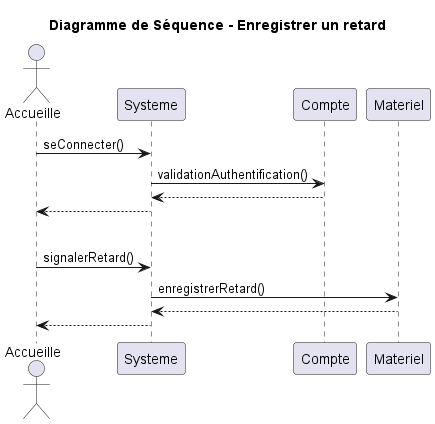
Egario54/ProjetClubNautique keeps this PlantUML diagram as UML/png/Diagramme_sequence_enregistrer_retard.png. Above is the earlier version.
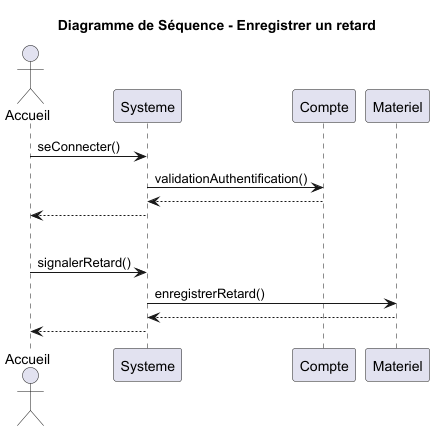
Above is the later version.

The edit, as a diff of the source:
```diff
@@ -1,20 +1,20 @@
 @startuml
 title Diagramme de Séquence - Enregistrer un retard
-actor Accueille
+actor Accueil
 participant Systeme
 participant Compte
 participant Materiel
 
-Accueille -> Systeme: seConnecter()
+Accueil -> Systeme: seConnecter()
 Systeme -> Compte: validationAuthentification()
 return
-Systeme --> Accueille
+Systeme --> Accueil
 
 |||
 
-Accueille -> Systeme: signalerRetard()
+Accueil -> Systeme: signalerRetard()
 Systeme -> Materiel: enregistrerRetard()
 return
-Systeme --> Accueille
+Systeme --> Accueil
 
 @enduml
```
